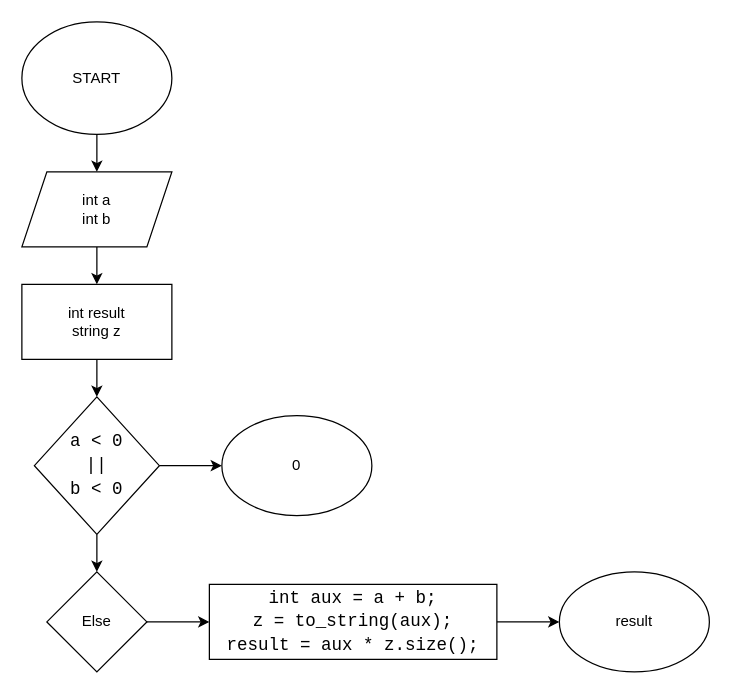
Before: Práctico 1 Ejercicio 10.drawio in Kal222000/Diagramas-De-Flujo, a draw.io diagram. Source tidied: cells renumbered, new cells numbered last; positions are measured from the earlier drawing's top-left corner, leaving out a move shared by most shapes. Both pictures are drawn from the tidied source at 125%, with x=0, y=0 at pixel (21, 21).
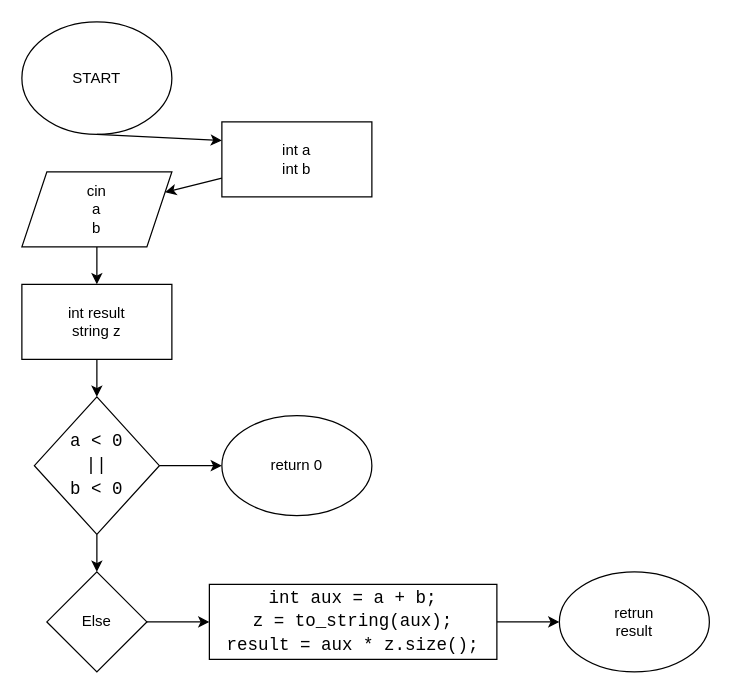
Above is the later version.

Unchanged cells that the change refers to:
```xml
<mxCell id="2" value="START" style="ellipse;whiteSpace=wrap;html=1;" parent="1" vertex="1">
  <mxGeometry width="120" height="90" as="geometry" />
</mxCell>
```

Diff of the diagram source:
```diff
@@
-    <mxCell id="3" style="endArrow=classic;html=1;rounded=0;exitX=0.5;exitY=1;exitDx=0;exitDy=0;" parent="1" edge="1" source="2">
-      <mxGeometry relative="1" as="geometry">
-        <mxPoint x="60" y="120" as="targetPoint" />
-      </mxGeometry>
+    <mxCell id="3" style="endArrow=classic;html=1;rounded=0;exitX=0.5;exitY=1;exitDx=0;exitDy=0;entryX=0;entryY=0.25;entryDx=0;entryDy=0;" parent="1" edge="1" source="2" target="17">
+      <mxGeometry relative="1" as="geometry" />
     </mxCell>
-    <mxCell id="4" value="int a&lt;div&gt;int b&lt;/div&gt;" style="shape=parallelogram;perimeter=parallelogramPerimeter;whiteSpace=wrap;html=1;fixedSize=1;" parent="1" vertex="1">
+    <mxCell id="4" value="cin&lt;div&gt;a&lt;div&gt;b&lt;/div&gt;&lt;/div&gt;" style="shape=parallelogram;perimeter=parallelogramPerimeter;whiteSpace=wrap;html=1;fixedSize=1;" parent="1" vertex="1">
       <mxGeometry y="120" width="120" height="60" as="geometry" />
     </mxCell>
@@
-    <mxCell id="10" value="0" style="ellipse;whiteSpace=wrap;html=1;" parent="1" vertex="1">
+    <mxCell id="10" value="return 0" style="ellipse;whiteSpace=wrap;html=1;" parent="1" vertex="1">
       <mxGeometry x="160" y="315" width="120" height="80" as="geometry" />
     </mxCell>
@@
-    <mxCell id="16" value="result" style="ellipse;whiteSpace=wrap;html=1;" parent="1" vertex="1">
+    <mxCell id="16" value="retrun&lt;div&gt;result&lt;/div&gt;" style="ellipse;whiteSpace=wrap;html=1;" parent="1" vertex="1">
       <mxGeometry x="430" y="440" width="120" height="80" as="geometry" />
     </mxCell>
+    <mxCell id="17" value="int a&lt;div&gt;int b&lt;/div&gt;" style="rounded=0;whiteSpace=wrap;html=1;" parent="1" vertex="1">
+      <mxGeometry x="160" y="80" width="120" height="60" as="geometry" />
+    </mxCell>
+    <mxCell id="18" style="endArrow=classic;html=1;rounded=0;exitX=0;exitY=0.75;exitDx=0;exitDy=0;" parent="1" edge="1" source="17" target="4">
+      <mxGeometry relative="1" as="geometry" />
+    </mxCell>
```
